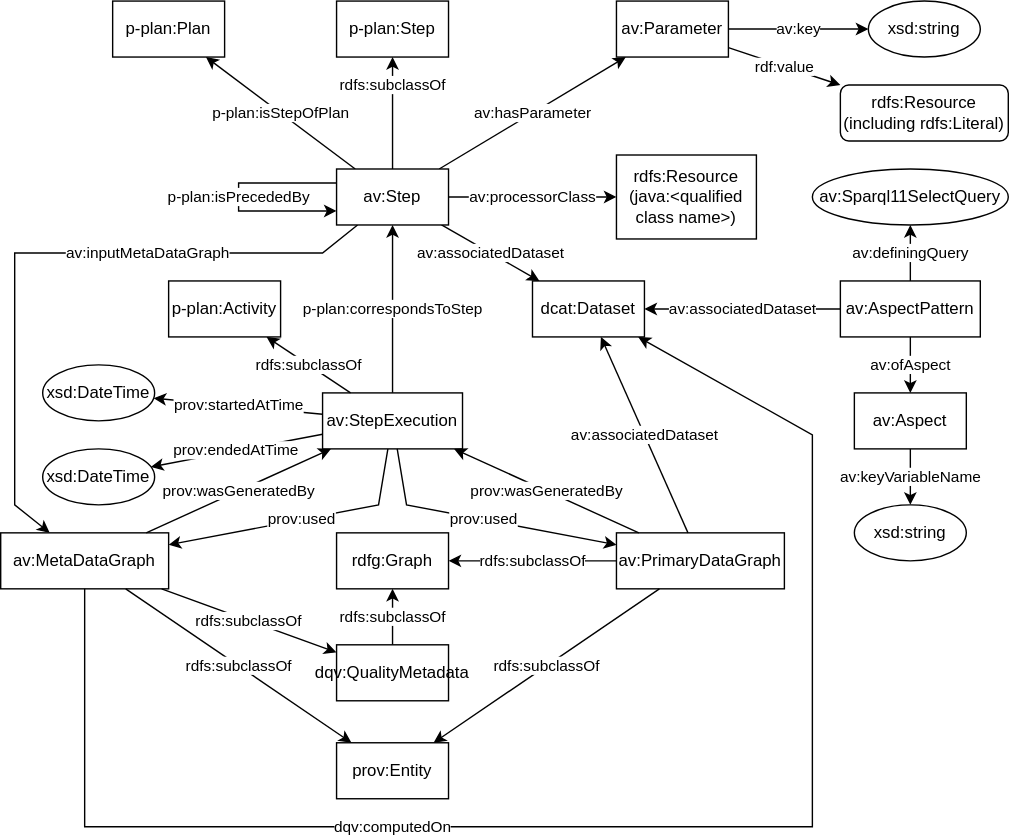
This is executionGraph.svg from fusion-jena/abecto-vocabulary, a draw.io export, as it was before one commit. Source tidied: cells renumbered, new cells last; positions are measured from the earlier drawing's top-left corner, leaving out a move shared by most shapes.
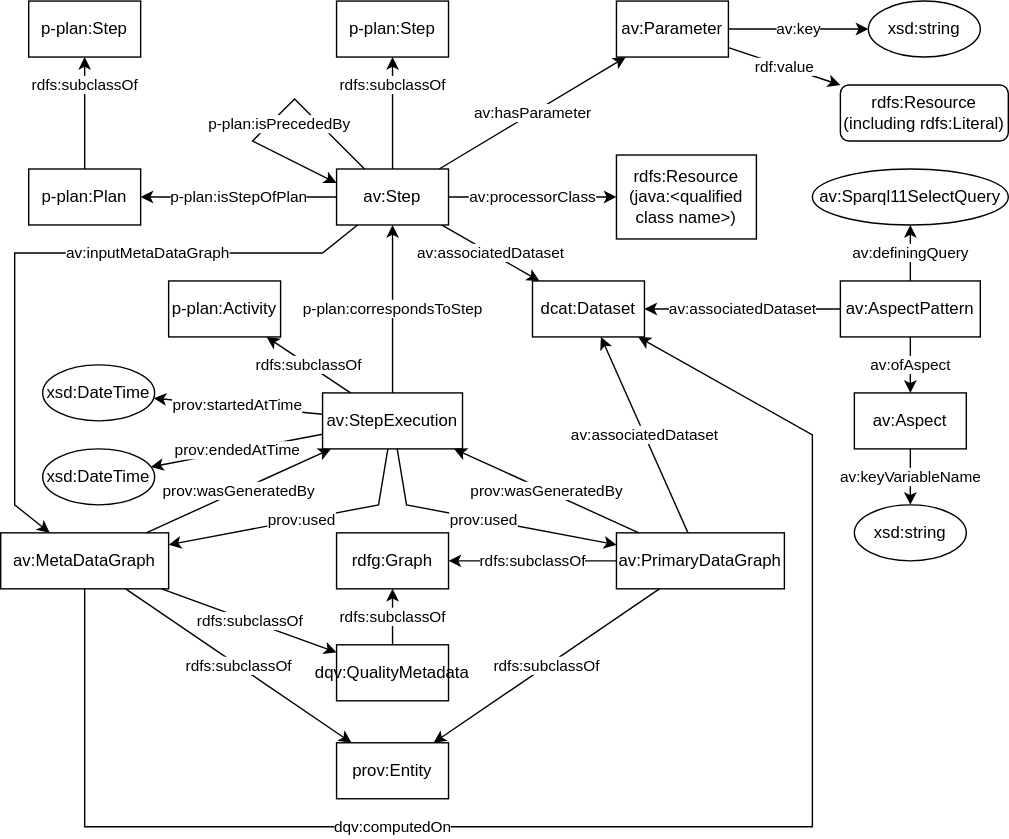
After the change.

Diff of the diagram source:
```diff
@@ -24,7 +24,7 @@
       <mxGeometry x="240" y="120" width="80" height="40" as="geometry" />
     </mxCell>
     <mxCell id="7" value="p-plan:Plan" style="whiteSpace=wrap;html=1;" parent="1" vertex="1">
-      <mxGeometry x="80" width="80" height="40" as="geometry" />
+      <mxGeometry x="20" y="120" width="80" height="40" as="geometry" />
     </mxCell>
     <mxCell id="8" value="&lt;span style=&quot;background-color: rgb(255 , 255 , 255)&quot;&gt;&lt;font style=&quot;font-size: 12px&quot;&gt;dcat:Dataset&lt;/font&gt;&lt;/span&gt;" style="whiteSpace=wrap;html=1;" parent="1" vertex="1">
       <mxGeometry x="380" y="200" width="80" height="40" as="geometry" />
@@ -44,12 +44,13 @@
     <mxCell id="13" value="xsd:string" style="ellipse;whiteSpace=wrap;html=1;" parent="1" vertex="1">
       <mxGeometry x="620" width="80" height="40" as="geometry" />
     </mxCell>
-    <mxCell id="14" value="p-plan:isPrecededBy" style="endArrow=classic;html=1;rounded=0;exitX=0;exitY=0.25;exitDx=0;exitDy=0;entryX=0;entryY=0.75;entryDx=0;entryDy=0;" parent="1" edge="1" source="6" target="6">
-      <mxGeometry relative="1" as="geometry">
+    <mxCell id="14" value="p-plan:isPrecededBy" style="endArrow=classic;html=1;rounded=0;exitX=0.25;exitY=0;exitDx=0;exitDy=0;entryX=0;entryY=0.25;entryDx=0;entryDy=0;" parent="1" edge="1" source="6" target="6">
+      <mxGeometry x="0.03" y="4" relative="1" as="geometry">
         <Array as="points">
-          <mxPoint x="170" y="130" />
-          <mxPoint x="170" y="150" />
+          <mxPoint x="210" y="70" />
+          <mxPoint x="180" y="100" />
         </Array>
+        <mxPoint x="1" as="offset" />
       </mxGeometry>
     </mxCell>
     <mxCell id="15" value="rdfs:subclassOf" style="edgeStyle=none;rounded=0;jettySize=auto;html=1;" parent="1" edge="1" source="48" target="22">
@@ -174,5 +175,11 @@
     <mxCell id="50" value="&lt;font style=&quot;font-size: 12px&quot;&gt;rdfs:Resource&lt;br&gt;&lt;font style=&quot;font-size: 12px&quot;&gt;(&lt;/font&gt;&lt;span style=&quot;background-color: rgb(255 , 255 , 255)&quot;&gt;&lt;font style=&quot;font-size: 12px&quot;&gt;&lt;font style=&quot;font-size: 12px&quot;&gt;java:&amp;lt;qualified&lt;br&gt;&lt;/font&gt;class name&amp;gt;)&lt;/font&gt;&lt;/span&gt;&lt;/font&gt;" style="whiteSpace=wrap;html=1;" parent="1" vertex="1">
       <mxGeometry x="440" y="110" width="100" height="60" as="geometry" />
     </mxCell>
+    <mxCell id="51" value="p-plan:Step" style="whiteSpace=wrap;html=1;" parent="1" vertex="1">
+      <mxGeometry x="20" width="80" height="40" as="geometry" />
+    </mxCell>
+    <mxCell id="52" value="rdfs:subclassOf" style="edgeStyle=none;rounded=0;jettySize=auto;html=1;" parent="1" edge="1" source="7" target="51">
+      <mxGeometry x="0.5" relative="1" as="geometry" />
+    </mxCell>
   </root>
 </mxGraphModel>
```
